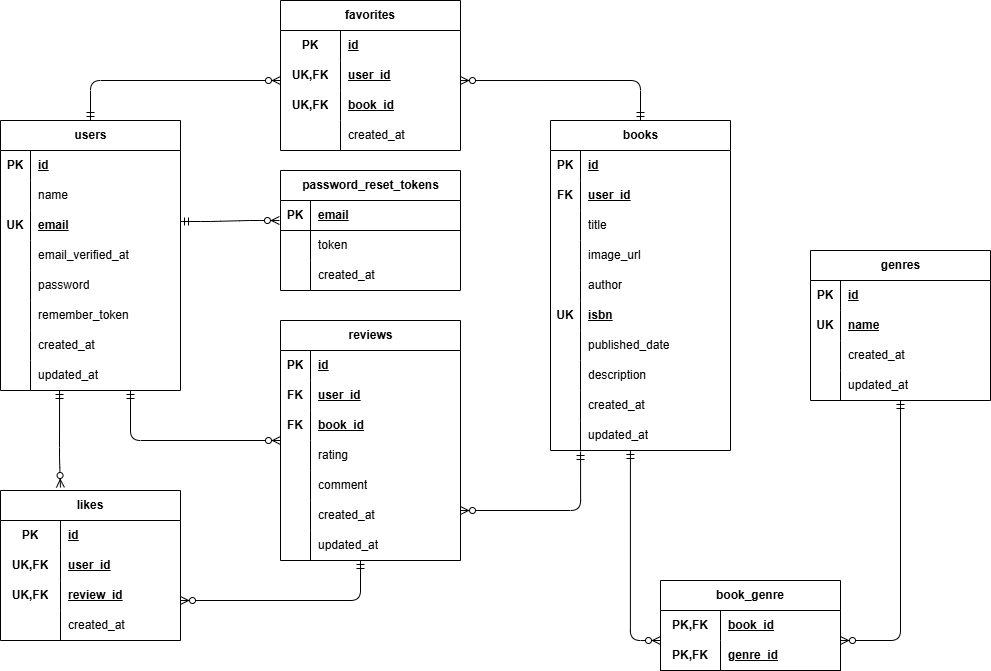
The draw.io diagram aaa.drawio.png in HO826/bookshelf-app, before a commit. Source tidied: cells renumbered, new cells last; positions are measured from the earlier drawing's top-left corner, leaving out a move shared by most shapes.
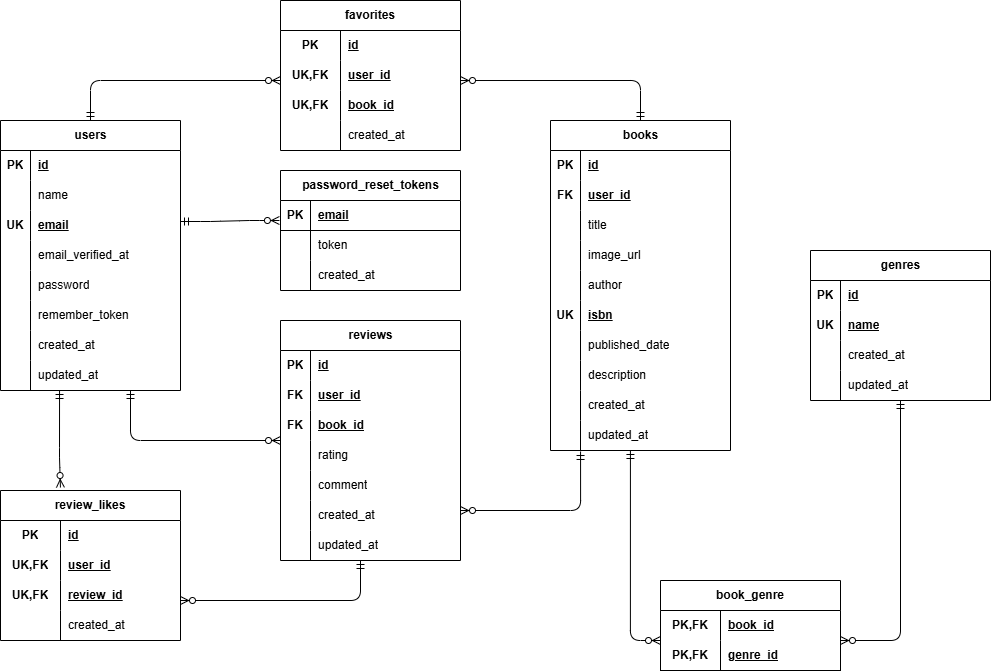
After the commit.

What changed in the source:
```diff
@@ -2,7 +2,7 @@
   <root>
     <mxCell id="0" />
     <mxCell id="1" parent="0" />
-    <mxCell id="2" value="likes" style="shape=table;startSize=30;rowLines=0;fontStyle=1;align=center;html=1;whiteSpace=wrap;" parent="1" vertex="1">
+    <mxCell id="2" value="review_likes" style="shape=table;startSize=30;rowLines=0;fontStyle=1;align=center;html=1;whiteSpace=wrap;" parent="1" vertex="1">
       <mxGeometry y="490" width="180" height="150" as="geometry" />
     </mxCell>
     <mxCell id="3" style="shape=tableRow;horizontal=0;startSize=0;swimlaneHead=0;swimlaneBody=0;fillColor=none;top=0;left=0;right=0;bottom=0;html=1;" parent="2" vertex="1">
```
